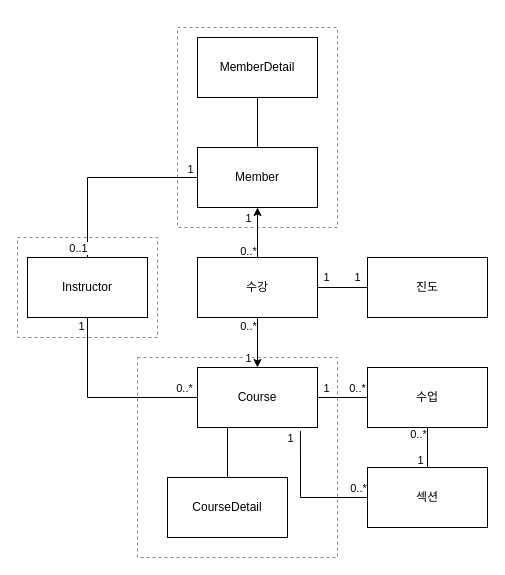
The draw.io diagram 도메인모델.drawio in HwangJunha/splearn, before the edit. Source tidied: cells renumbered, new cells numbered last; positions are measured from the earlier drawing's top-left corner, leaving out a move shared by most shapes. Both pictures are drawn from the tidied source at 100%, with x=0, y=0 at pixel (17, 27).
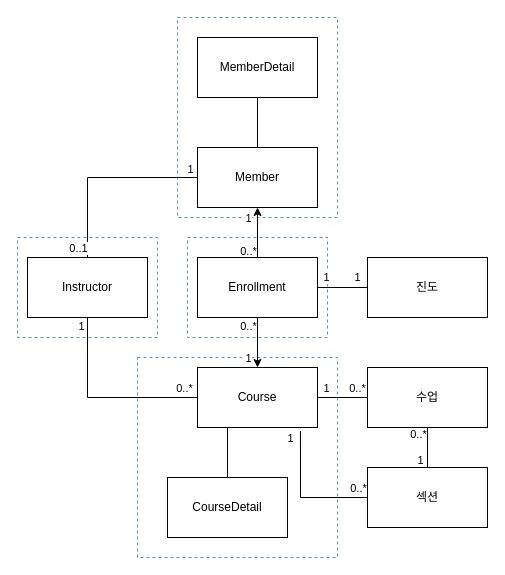
After the change.

Diff of the diagram source:
```diff
@@
+    <mxCell id="40" style="rounded=0;whiteSpace=wrap;html=1;fillColor=none;strokeColor=#6c8ebf;dashed=1;" parent="1" vertex="1">
+      <mxGeometry x="170" y="210" width="140" height="100" as="geometry" />
+    </mxCell>
@@
     <mxCell id="3" style="rounded=0;whiteSpace=wrap;html=1;fillColor=none;strokeColor=#6c8ebf;dashed=1;" parent="1" vertex="1">
-      <mxGeometry x="160" width="160" height="200" as="geometry" />
+      <mxGeometry x="160" y="-10" width="160" height="200" as="geometry" />
     </mxCell>
@@
-    <mxCell id="14" value="수강" style="rounded=0;whiteSpace=wrap;html=1;" parent="1" vertex="1">
+    <mxCell id="14" value="Enrollment" style="rounded=0;whiteSpace=wrap;html=1;" parent="1" vertex="1">
       <mxGeometry x="180" y="230" width="120" height="60" as="geometry" />
     </mxCell>
```
